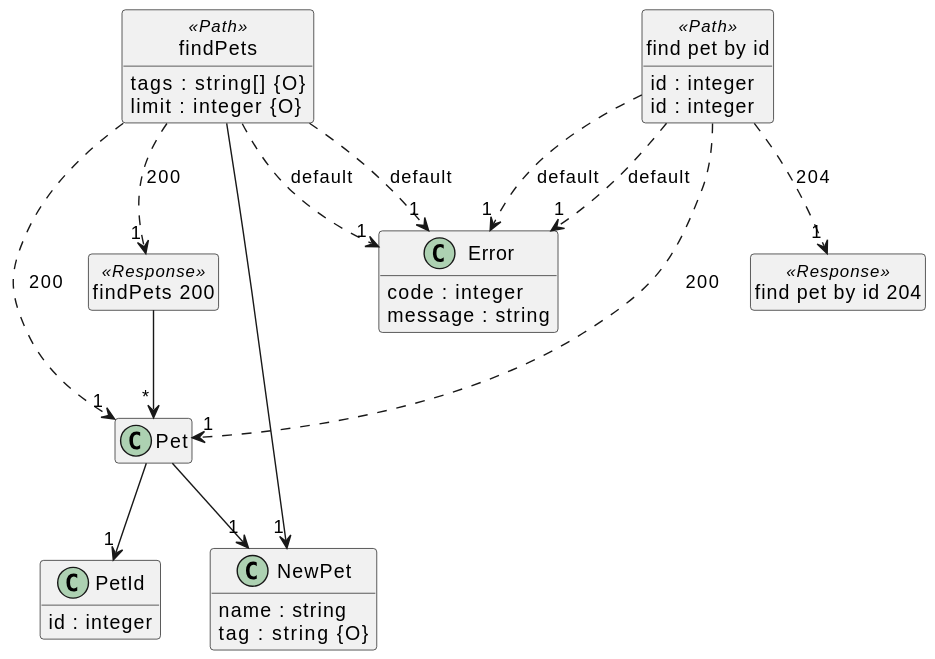
The PlantUML diagram src/docs/tests/petstore-expanded.puml.svg in davidmoten/openapi-to-plantuml, before a commit.
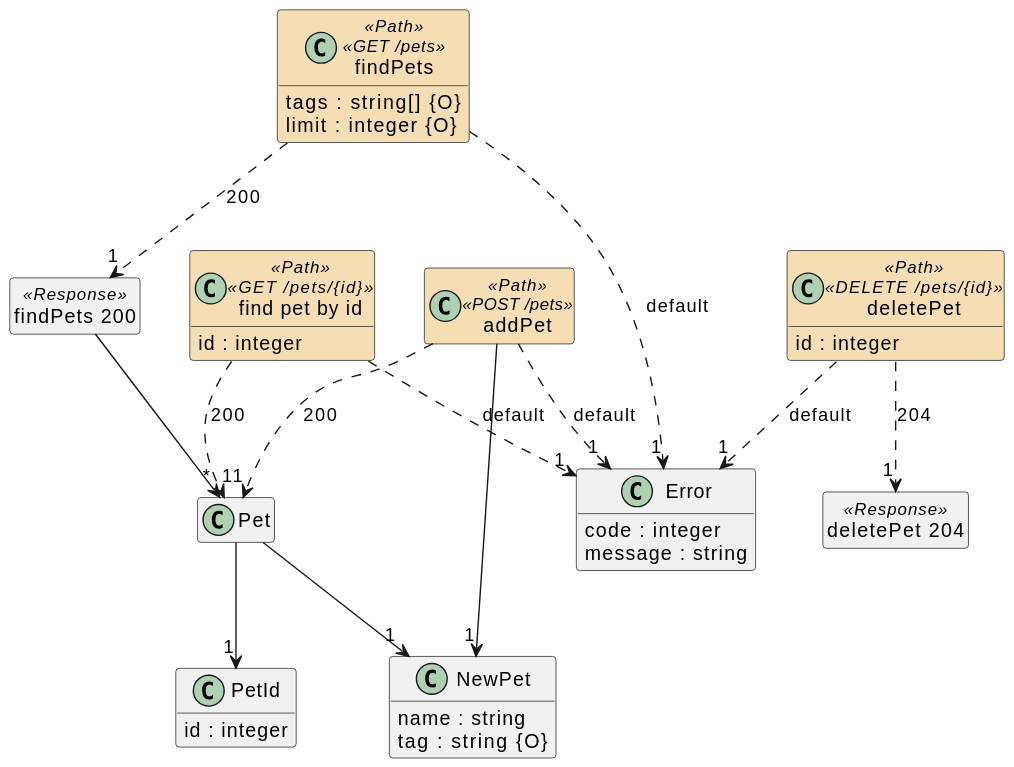
Above is the later version.

Change to the diagram source:
```diff
@@ -4,6 +4,9 @@
 hide <<Parameter>> circle
 hide empty methods
 hide empty fields
+skinparam class {
+BackgroundColor<<Path>> Wheat
+BorderColor<<Path>> Tomato}
 set namespaceSeparator none
 
 class "Pet" {
@@ -23,26 +26,26 @@
   {field} message : string
 }
 
-class "findPets" <<Path>> {
+class "findPets" <<Path>>  <<GET /pets>>  {
   {field} tags : string[] {O}
   {field} limit : integer {O}
 }
 
-class "findPets 200" <<Response>> {
+class "findPets 200" <<Response>>  {
 }
 
-class "findPets" <<Path>> {
+class "addPet" <<Path>>  <<POST /pets>>  {
 }
 
-class "find pet by id" <<Path>> {
+class "find pet by id" <<Path>>  <<GET /pets/{id}>>  {
   {field} id : integer
 }
 
-class "find pet by id" <<Path>> {
+class "deletePet" <<Path>>  <<DELETE /pets/{id}>>  {
   {field} id : integer
 }
 
-class "find pet by id 204" <<Response>> {
+class "deletePet 204" <<Response>>  {
 }
 
 "Pet" --> "1" "NewPet"
@@ -55,17 +58,17 @@
 
 "findPets" ..> "1" "Error"  :  "default"
 
-"findPets" ..> "1" "Pet"  :  "200"
+"addPet" ..> "1" "Pet"  :  "200"
 
-"findPets" ..> "1" "Error"  :  "default"
+"addPet" ..> "1" "Error"  :  "default"
 
-"findPets" --> "1" "NewPet"
+"addPet" --> "1" "NewPet"
 
 "find pet by id" ..> "1" "Pet"  :  "200"
 
 "find pet by id" ..> "1" "Error"  :  "default"
 
-"find pet by id" ..> "1" "find pet by id 204"  :  "204"
+"deletePet" ..> "1" "deletePet 204"  :  "204"
 
-"find pet by id" ..> "1" "Error"  :  "default"
+"deletePet" ..> "1" "Error"  :  "default"
 @enduml
```
